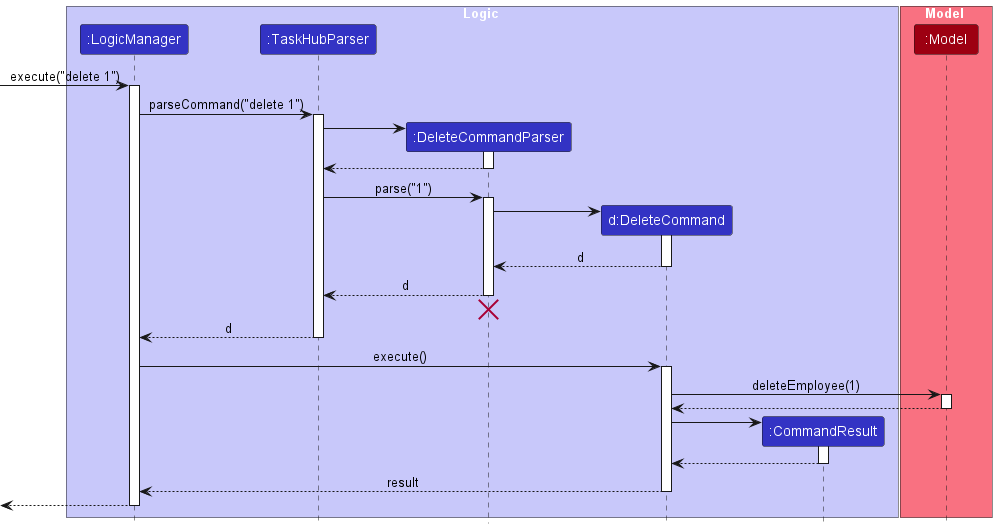
rayyan35p/tp keeps this PlantUML diagram as docs/images/DeleteSequenceDiagram.png. Above is the earlier version.
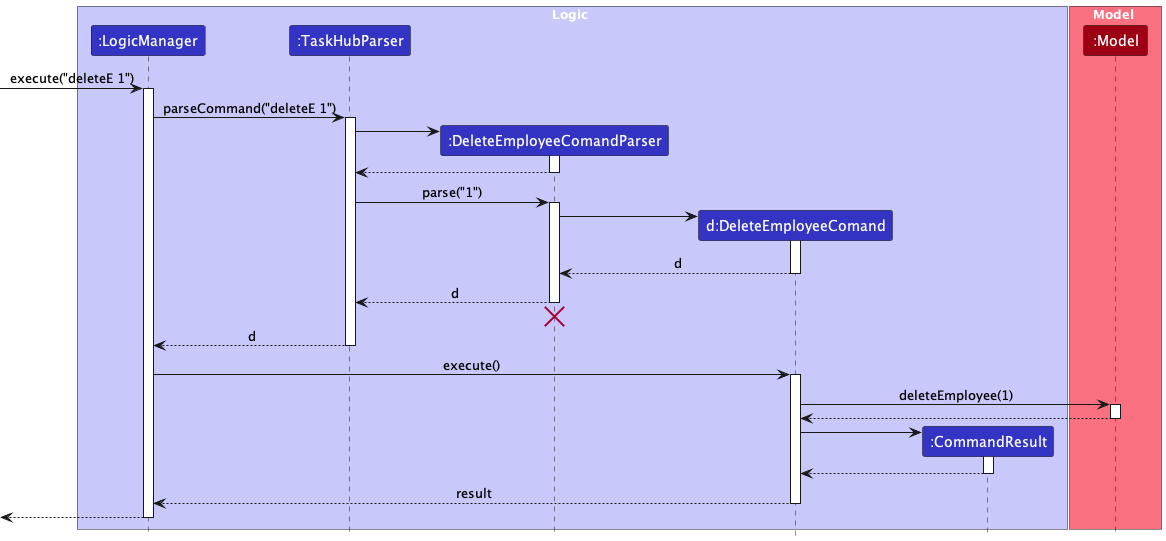
After the change.

Diff of the diagram source:
```diff
@@ -5,8 +5,8 @@
 box Logic LOGIC_COLOR_T1
 participant ":LogicManager" as LogicManager LOGIC_COLOR
 participant ":TaskHubParser" as TaskHubParser LOGIC_COLOR
-participant ":DeleteCommandParser" as DeleteCommandParser LOGIC_COLOR
-participant "d:DeleteCommand" as DeleteCommand LOGIC_COLOR
+participant ":DeleteEmployeeComandParser" as DeleteEmployeeComandParser LOGIC_COLOR
+participant "d:DeleteEmployeeComand" as DeleteEmployeeComand LOGIC_COLOR
 participant ":CommandResult" as CommandResult LOGIC_COLOR
 end box
 
@@ -14,55 +14,55 @@
 participant ":Model" as Model MODEL_COLOR
 end box
 
-[-> LogicManager : execute("delete 1")
+[-> LogicManager : execute("deleteE 1")
 activate LogicManager
 
-LogicManager -> TaskHubParser : parseCommand("delete 1")
+LogicManager -> TaskHubParser : parseCommand("deleteE 1")
 activate TaskHubParser
 
-create DeleteCommandParser
-TaskHubParser -> DeleteCommandParser
-activate DeleteCommandParser
+create DeleteEmployeeComandParser
+TaskHubParser -> DeleteEmployeeComandParser
+activate DeleteEmployeeComandParser
 
-DeleteCommandParser --> TaskHubParser
-deactivate DeleteCommandParser
+DeleteEmployeeComandParser --> TaskHubParser
+deactivate DeleteEmployeeComandParser
 
-TaskHubParser -> DeleteCommandParser : parse("1")
-activate DeleteCommandParser
+TaskHubParser -> DeleteEmployeeComandParser : parse("1")
+activate DeleteEmployeeComandParser
 
-create DeleteCommand
-DeleteCommandParser -> DeleteCommand
-activate DeleteCommand
+create DeleteEmployeeComand
+DeleteEmployeeComandParser -> DeleteEmployeeComand
+activate DeleteEmployeeComand
 
-DeleteCommand --> DeleteCommandParser : d
-deactivate DeleteCommand
+DeleteEmployeeComand --> DeleteEmployeeComandParser : d
+deactivate DeleteEmployeeComand
 
-DeleteCommandParser --> TaskHubParser : d
-deactivate DeleteCommandParser
-DeleteCommandParser -[hidden]-> TaskHubParser
-destroy DeleteCommandParser
+DeleteEmployeeComandParser --> TaskHubParser : d
+deactivate DeleteEmployeeComandParser
+DeleteEmployeeComandParser -[hidden]-> TaskHubParser
+destroy DeleteEmployeeComandParser
 
 TaskHubParser --> LogicManager : d
 deactivate TaskHubParser
 
-LogicManager -> DeleteCommand : execute()
-activate DeleteCommand
+LogicManager -> DeleteEmployeeComand : execute()
+activate DeleteEmployeeComand
 
-DeleteCommand -> Model : deleteEmployee(1)
+DeleteEmployeeComand -> Model : deleteEmployee(1)
 activate Model
 
-Model --> DeleteCommand
+Model --> DeleteEmployeeComand
 deactivate Model
 
 create CommandResult
-DeleteCommand -> CommandResult
+DeleteEmployeeComand -> CommandResult
 activate CommandResult
 
-CommandResult --> DeleteCommand
+CommandResult --> DeleteEmployeeComand
 deactivate CommandResult
 
-DeleteCommand --> LogicManager : result
-deactivate DeleteCommand
+DeleteEmployeeComand --> LogicManager : result
+deactivate DeleteEmployeeComand
 
 [<--LogicManager
 deactivate LogicManager
```
